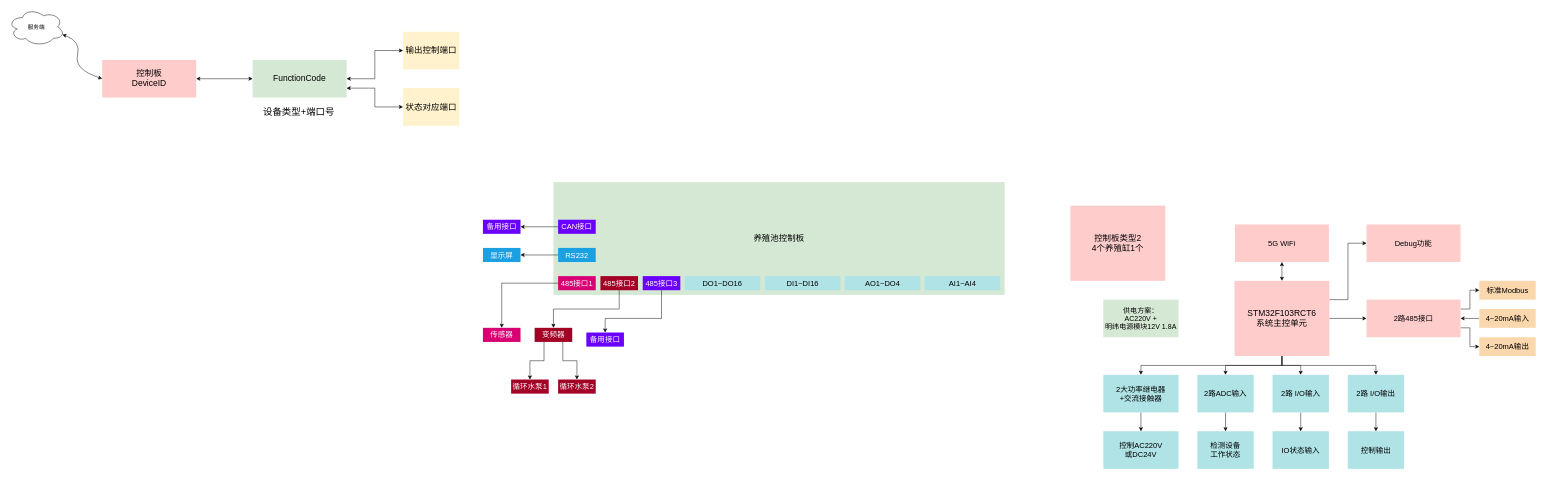
zjh6607476/drawing keeps this draw.io diagram as 养虾试验池项目.drawio. Above is the earlier version. Source tidied: cells renumbered, new cells numbered last; positions are measured from the earlier drawing's top-left corner, leaving out a move shared by most shapes. Both pictures are drawn from the tidied source at 47%, with x=0, y=0 at pixel (8, 8).
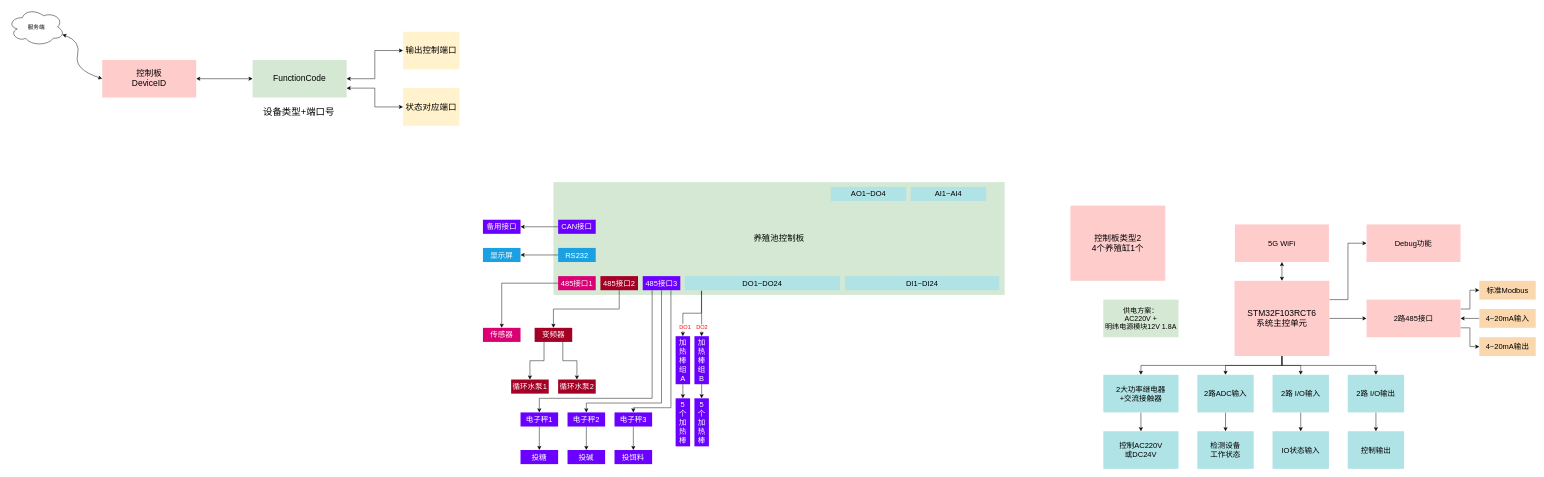
Above is the later version.

Commit message:
更新养虾试验池项目.drawio

Unchanged cells that the change refers to:
```xml
<mxCell id="44" value="485接口3" style="rounded=0;whiteSpace=wrap;html=1;shadow=0;fillColor=#6a00ff;strokeColor=none;fontSize=16;fontColor=#ffffff;" parent="1" vertex="1">
  <mxGeometry x="1350" y="570" width="80" height="30" as="geometry" />
</mxCell>
```

What changed in the source:
```diff
@@
-    <mxCell id="43" style="edgeStyle=orthogonalEdgeStyle;rounded=0;jettySize=auto;html=1;" parent="1" edge="1" source="44" target="45">
+    <mxCell id="43" style="edgeStyle=orthogonalEdgeStyle;rounded=0;jettySize=auto;html=1;exitX=0.25;exitY=1;exitDx=0;exitDy=0;entryX=0.5;entryY=0;entryDx=0;entryDy=0;" parent="1" edge="1" source="44" target="45">
       <mxGeometry relative="1" as="geometry">
         <Array as="points">
-          <mxPoint x="1390" y="660" />
-          <mxPoint x="1270" y="660" />
+          <mxPoint x="1370" y="830" />
+          <mxPoint x="1130" y="830" />
         </Array>
       </mxGeometry>
     </mxCell>
+    <mxCell id="67" style="edgeStyle=orthogonalEdgeStyle;rounded=0;jettySize=auto;html=1;exitX=0.5;exitY=1;exitDx=0;exitDy=0;entryX=0.5;entryY=0;entryDx=0;entryDy=0;" parent="1" edge="1" source="44" target="76">
+      <mxGeometry relative="1" as="geometry">
+        <Array as="points">
+          <mxPoint x="1390" y="840" />
+          <mxPoint x="1230" y="840" />
+        </Array>
+      </mxGeometry>
+    </mxCell>
+    <mxCell id="68" style="edgeStyle=orthogonalEdgeStyle;rounded=0;jettySize=auto;html=1;exitX=0.75;exitY=1;exitDx=0;exitDy=0;entryX=0.5;entryY=0;entryDx=0;entryDy=0;" parent="1" edge="1" source="44" target="79">
+      <mxGeometry relative="1" as="geometry">
+        <Array as="points">
+          <mxPoint x="1410" y="850" />
+          <mxPoint x="1330" y="850" />
+        </Array>
+      </mxGeometry>
+    </mxCell>
@@
+    <mxCell id="69" style="edgeStyle=orthogonalEdgeStyle;rounded=0;jettySize=auto;html=1;" parent="1" edge="1" source="45" target="70">
+      <mxGeometry relative="1" as="geometry" />
+    </mxCell>
-    <mxCell id="45" value="备用接口" style="rounded=0;whiteSpace=wrap;html=1;shadow=0;fillColor=#6a00ff;strokeColor=none;fontSize=16;fontColor=#ffffff;" parent="1" vertex="1">
-      <mxGeometry x="1230" y="690" width="80" height="30" as="geometry" />
+    <mxCell id="45" value="电子秤1" style="rounded=0;whiteSpace=wrap;html=1;shadow=0;fillColor=#6a00ff;strokeColor=none;fontSize=16;fontColor=#ffffff;" parent="1" vertex="1">
+      <mxGeometry x="1090" y="860" width="80" height="30" as="geometry" />
     </mxCell>
+    <mxCell id="70" value="投糖" style="rounded=0;whiteSpace=wrap;html=1;shadow=0;fillColor=#6a00ff;strokeColor=none;fontSize=16;fontColor=#ffffff;" parent="1" vertex="1">
+      <mxGeometry x="1090" y="940" width="80" height="30" as="geometry" />
+    </mxCell>
@@
+    <mxCell id="71" style="edgeStyle=orthogonalEdgeStyle;rounded=0;jettySize=auto;html=1;exitX=0.108;exitY=1.019;exitDx=0;exitDy=0;entryX=0.5;entryY=0;entryDx=0;entryDy=0;exitPerimeter=0;" parent="1" edge="1" source="52" target="83">
+      <mxGeometry relative="1" as="geometry" />
+    </mxCell>
+    <mxCell id="72" value="DO1" style="text;html=1;align=center;verticalAlign=middle;labelBackgroundColor=#ffffff;fontColor=#FF0000;" parent="71" vertex="1">
+      <mxGeometry x="0.65" relative="1" as="geometry">
+        <mxPoint x="3.9" y="4.4" as="offset" />
+      </mxGeometry>
+    </mxCell>
+    <mxCell id="73" style="edgeStyle=orthogonalEdgeStyle;rounded=0;jettySize=auto;html=1;exitX=0.109;exitY=1.054;exitDx=0;exitDy=0;entryX=0.5;entryY=0;entryDx=0;entryDy=0;exitPerimeter=0;" parent="1" edge="1" source="52" target="85">
+      <mxGeometry relative="1" as="geometry" />
+    </mxCell>
+    <mxCell id="74" value="DO2" style="text;html=1;align=center;verticalAlign=middle;labelBackgroundColor=#ffffff;fontColor=#FF0000;" parent="73" vertex="1">
+      <mxGeometry x="0.6" y="1" relative="1" as="geometry">
+        <mxPoint x="-1" y="0.8" as="offset" />
+      </mxGeometry>
+    </mxCell>
-    <mxCell id="52" value="DO1~DO16" style="rounded=0;whiteSpace=wrap;html=1;shadow=0;fillColor=#b0e3e6;strokeColor=none;fontSize=16;" parent="1" vertex="1">
-      <mxGeometry x="1439.2" y="570" width="160.8" height="30" as="geometry" />
+    <mxCell id="52" value="DO1~DO24" style="rounded=0;whiteSpace=wrap;html=1;shadow=0;fillColor=#b0e3e6;strokeColor=none;fontSize=16;" parent="1" vertex="1">
+      <mxGeometry x="1439.2" y="570" width="330.8" height="30" as="geometry" />
     </mxCell>
@@
-    <mxCell id="63" value="DI1~DI16" style="rounded=0;whiteSpace=wrap;html=1;shadow=0;fillColor=#b0e3e6;strokeColor=none;fontSize=16;" parent="1" vertex="1">
-      <mxGeometry x="1610" y="570" width="160.8" height="30" as="geometry" />
-    </mxCell>
     <mxCell id="64" value="AO1~DO4" style="rounded=0;whiteSpace=wrap;html=1;shadow=0;fillColor=#b0e3e6;strokeColor=none;fontSize=16;" parent="1" vertex="1">
-      <mxGeometry x="1780" y="570" width="160.8" height="30" as="geometry" />
+      <mxGeometry x="1750" y="380" width="160.8" height="30" as="geometry" />
     </mxCell>
     <mxCell id="65" value="AI1~AI4" style="rounded=0;whiteSpace=wrap;html=1;shadow=0;fillColor=#b0e3e6;strokeColor=none;fontSize=16;" parent="1" vertex="1">
-      <mxGeometry x="1950" y="570" width="160.8" height="30" as="geometry" />
+      <mxGeometry x="1920" y="380" width="160.8" height="30" as="geometry" />
     </mxCell>
@@
+    <mxCell id="75" style="edgeStyle=orthogonalEdgeStyle;rounded=0;jettySize=auto;html=1;" parent="1" edge="1" source="76" target="77">
+      <mxGeometry relative="1" as="geometry" />
+    </mxCell>
+    <mxCell id="76" value="电子秤2" style="rounded=0;whiteSpace=wrap;html=1;shadow=0;fillColor=#6a00ff;strokeColor=none;fontSize=16;fontColor=#ffffff;" parent="1" vertex="1">
+      <mxGeometry x="1190" y="860" width="80" height="30" as="geometry" />
+    </mxCell>
+    <mxCell id="77" value="投碱" style="rounded=0;whiteSpace=wrap;html=1;shadow=0;fillColor=#6a00ff;strokeColor=none;fontSize=16;fontColor=#ffffff;" parent="1" vertex="1">
+      <mxGeometry x="1190" y="940" width="80" height="30" as="geometry" />
+    </mxCell>
+    <mxCell id="78" style="edgeStyle=orthogonalEdgeStyle;rounded=0;jettySize=auto;html=1;" parent="1" edge="1" source="79" target="80">
+      <mxGeometry relative="1" as="geometry" />
+    </mxCell>
+    <mxCell id="79" value="电子秤3" style="rounded=0;whiteSpace=wrap;html=1;shadow=0;fillColor=#6a00ff;strokeColor=none;fontSize=16;fontColor=#ffffff;" parent="1" vertex="1">
+      <mxGeometry x="1290" y="860" width="80" height="30" as="geometry" />
+    </mxCell>
+    <mxCell id="80" value="投饵料" style="rounded=0;whiteSpace=wrap;html=1;shadow=0;fillColor=#6a00ff;strokeColor=none;fontSize=16;fontColor=#ffffff;" parent="1" vertex="1">
+      <mxGeometry x="1290" y="940" width="80" height="30" as="geometry" />
+    </mxCell>
+    <mxCell id="81" value="DI1~DI24" style="rounded=0;whiteSpace=wrap;html=1;shadow=0;fillColor=#b0e3e6;strokeColor=none;fontSize=16;" parent="1" vertex="1">
+      <mxGeometry x="1780" y="570" width="328.6" height="30" as="geometry" />
+    </mxCell>
+    <mxCell id="82" style="edgeStyle=orthogonalEdgeStyle;rounded=0;jettySize=auto;html=1;exitX=0.5;exitY=1;exitDx=0;exitDy=0;entryX=0.5;entryY=0;entryDx=0;entryDy=0;" parent="1" edge="1" source="83" target="86">
+      <mxGeometry relative="1" as="geometry" />
+    </mxCell>
+    <mxCell id="83" value="加热棒&lt;br&gt;组&lt;br&gt;A" style="rounded=0;whiteSpace=wrap;html=1;shadow=0;fillColor=#6a00ff;strokeColor=none;fontSize=16;fontColor=#ffffff;" parent="1" vertex="1">
+      <mxGeometry x="1420" y="697.8" width="30.8" height="102.2" as="geometry" />
+    </mxCell>
+    <mxCell id="84" style="edgeStyle=orthogonalEdgeStyle;rounded=0;jettySize=auto;html=1;exitX=0.5;exitY=1;exitDx=0;exitDy=0;entryX=0.5;entryY=0;entryDx=0;entryDy=0;" parent="1" edge="1" source="85" target="87">
+      <mxGeometry relative="1" as="geometry" />
+    </mxCell>
+    <mxCell id="85" value="加热棒&lt;br&gt;组&lt;br&gt;B" style="rounded=0;whiteSpace=wrap;html=1;shadow=0;fillColor=#6a00ff;strokeColor=none;fontSize=16;fontColor=#ffffff;" parent="1" vertex="1">
+      <mxGeometry x="1460" y="697.8" width="30.8" height="102.2" as="geometry" />
+    </mxCell>
+    <mxCell id="86" value="5&lt;br&gt;个加热棒" style="rounded=0;whiteSpace=wrap;html=1;shadow=0;fillColor=#6a00ff;strokeColor=none;fontSize=16;fontColor=#ffffff;" parent="1" vertex="1">
+      <mxGeometry x="1420" y="830" width="30.8" height="102.2" as="geometry" />
+    </mxCell>
+    <mxCell id="87" value="5&lt;br&gt;个加热棒" style="rounded=0;whiteSpace=wrap;html=1;shadow=0;fillColor=#6a00ff;strokeColor=none;fontSize=16;fontColor=#ffffff;" parent="1" vertex="1">
+      <mxGeometry x="1460" y="830" width="30.8" height="102.2" as="geometry" />
+    </mxCell>
```
